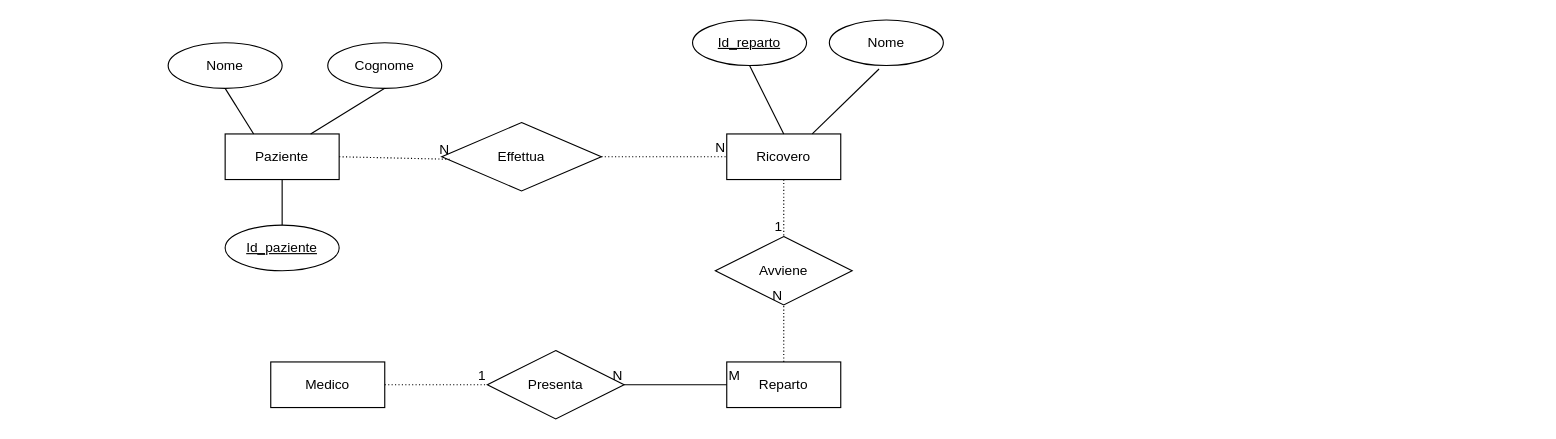
The draw.io diagram Relazioni E-R/Diagramma senza titolo.drawio in James2-2/informatica-2025-2026, before the edit. Source tidied: cells renumbered, new cells numbered last; positions are measured from the earlier drawing's top-left corner, leaving out a move shared by most shapes. Both pictures are drawn from the tidied source at 114%, with x=0, y=0 at pixel (168, 19).
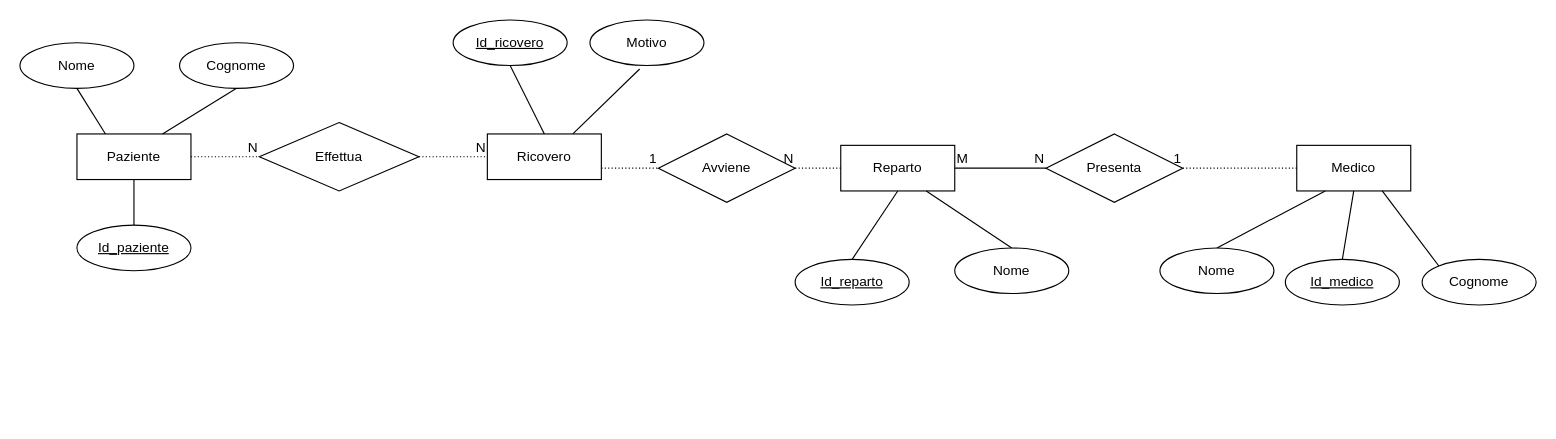
After the change.

Diff of the diagram source:
```diff
@@
     <mxCell id="2" value="Paziente" style="whiteSpace=wrap;html=1;align=center;" parent="1" vertex="1">
-      <mxGeometry x="50" y="100" width="100" height="40" as="geometry" />
+      <mxGeometry x="-80" y="100" width="100" height="40" as="geometry" />
     </mxCell>
     <mxCell id="3" value="Reparto" style="whiteSpace=wrap;html=1;align=center;" parent="1" vertex="1">
-      <mxGeometry x="490" y="300" width="100" height="40" as="geometry" />
+      <mxGeometry x="590" y="110" width="100" height="40" as="geometry" />
     </mxCell>
     <mxCell id="4" value="Ricovero" style="whiteSpace=wrap;html=1;align=center;" parent="1" vertex="1">
-      <mxGeometry x="490" y="100" width="100" height="40" as="geometry" />
+      <mxGeometry x="280" y="100" width="100" height="40" as="geometry" />
     </mxCell>
     <mxCell id="5" value="Medico" style="whiteSpace=wrap;html=1;align=center;" parent="1" vertex="1">
-      <mxGeometry x="90" y="300" width="100" height="40" as="geometry" />
+      <mxGeometry x="990" y="110" width="100" height="40" as="geometry" />
     </mxCell>
     <mxCell id="6" value="Effettua" style="shape=rhombus;perimeter=rhombusPerimeter;whiteSpace=wrap;html=1;align=center;" parent="1" vertex="1">
-      <mxGeometry x="240" y="90" width="140" height="60" as="geometry" />
+      <mxGeometry x="80" y="90" width="140" height="60" as="geometry" />
     </mxCell>
     <mxCell id="7" value="Avviene" style="shape=rhombus;perimeter=rhombusPerimeter;whiteSpace=wrap;html=1;align=center;" parent="1" vertex="1">
-      <mxGeometry x="480" y="190" width="120" height="60" as="geometry" />
+      <mxGeometry x="430" y="100" width="120" height="60" as="geometry" />
     </mxCell>
     <mxCell id="8" value="Presenta" style="shape=rhombus;perimeter=rhombusPerimeter;whiteSpace=wrap;html=1;align=center;" parent="1" vertex="1">
-      <mxGeometry x="280" y="290" width="120" height="60" as="geometry" />
+      <mxGeometry x="770" y="100" width="120" height="60" as="geometry" />
     </mxCell>
-    <mxCell id="9" style="endArrow=none;html=1;rounded=0;dashed=1;dashPattern=1 2;entryX=0.054;entryY=0.537;entryDx=0;entryDy=0;entryPerimeter=0;exitX=1;exitY=0.5;exitDx=0;exitDy=0;" parent="1" edge="1" source="2" target="6">
+    <mxCell id="9" style="endArrow=none;html=1;rounded=0;dashed=1;dashPattern=1 2;entryX=0;entryY=0.5;entryDx=0;entryDy=0;exitX=1;exitY=0.5;exitDx=0;exitDy=0;" parent="1" edge="1" source="2" target="6">
       <mxGeometry relative="1" as="geometry" />
     </mxCell>
@@
-    <mxCell id="13" style="endArrow=none;html=1;rounded=0;dashed=1;dashPattern=1 2;exitX=0.5;exitY=1;exitDx=0;exitDy=0;entryX=0.5;entryY=0;entryDx=0;entryDy=0;" parent="1" edge="1" source="4" target="7">
+    <mxCell id="13" style="endArrow=none;html=1;rounded=0;dashed=1;dashPattern=1 2;exitX=1;exitY=0.75;exitDx=0;exitDy=0;entryX=0;entryY=0.5;entryDx=0;entryDy=0;" parent="1" edge="1" source="4" target="7">
       <mxGeometry relative="1" as="geometry" />
     </mxCell>
@@
-    <mxCell id="15" style="endArrow=none;html=1;rounded=0;dashed=1;dashPattern=1 2;exitX=0.5;exitY=0;exitDx=0;exitDy=0;entryX=0.5;entryY=1;entryDx=0;entryDy=0;" parent="1" edge="1" source="3" target="7">
+    <mxCell id="15" style="endArrow=none;html=1;rounded=0;dashed=1;dashPattern=1 2;exitX=0;exitY=0.5;exitDx=0;exitDy=0;entryX=1;entryY=0.5;entryDx=0;entryDy=0;" parent="1" edge="1" source="3" target="7">
       <mxGeometry relative="1" as="geometry" />
     </mxCell>
@@
-    <mxCell id="17" style="endArrow=none;html=1;rounded=0;exitX=0;exitY=0.5;exitDx=0;exitDy=0;entryX=1;entryY=0.5;entryDx=0;entryDy=0;" parent="1" edge="1" source="3" target="8">
+    <mxCell id="17" style="endArrow=none;html=1;rounded=0;entryX=0;entryY=0.5;entryDx=0;entryDy=0;exitX=1;exitY=0.5;exitDx=0;exitDy=0;" parent="1" edge="1" source="3" target="8">
       <mxGeometry relative="1" as="geometry" />
     </mxCell>
@@
-    <mxCell id="20" style="endArrow=none;html=1;rounded=0;dashed=1;dashPattern=1 2;exitX=1;exitY=0.5;exitDx=0;exitDy=0;entryX=0;entryY=0.5;entryDx=0;entryDy=0;" parent="1" edge="1" source="5" target="8">
+    <mxCell id="20" style="endArrow=none;html=1;rounded=0;dashed=1;dashPattern=1 2;exitX=0;exitY=0.5;exitDx=0;exitDy=0;entryX=1;entryY=0.5;entryDx=0;entryDy=0;" parent="1" edge="1" source="5" target="8">
       <mxGeometry relative="1" as="geometry" />
     </mxCell>
@@
     <mxCell id="22" value="Nome" style="ellipse;whiteSpace=wrap;html=1;align=center;" parent="1" vertex="1">
-      <mxGeometry y="20" width="100" height="40" as="geometry" />
+      <mxGeometry x="-130" y="20" width="100" height="40" as="geometry" />
     </mxCell>
@@
     <mxCell id="24" value="Cognome" style="ellipse;whiteSpace=wrap;html=1;align=center;" parent="1" vertex="1">
-      <mxGeometry x="140" y="20" width="100" height="40" as="geometry" />
+      <mxGeometry x="10" y="20" width="100" height="40" as="geometry" />
     </mxCell>
@@
     <mxCell id="26" value="Id_paziente" style="ellipse;whiteSpace=wrap;html=1;align=center;fontStyle=4;" parent="1" vertex="1">
-      <mxGeometry x="50" y="180" width="100" height="40" as="geometry" />
+      <mxGeometry x="-80" y="180" width="100" height="40" as="geometry" />
     </mxCell>
@@
-    <mxCell id="28" value="Id_reparto" style="ellipse;whiteSpace=wrap;html=1;align=center;fontStyle=4;" parent="1" vertex="1">
-      <mxGeometry x="460" width="100" height="40" as="geometry" />
+    <mxCell id="28" value="Id_ricovero" style="ellipse;whiteSpace=wrap;html=1;align=center;fontStyle=4;" parent="1" vertex="1">
+      <mxGeometry x="250" width="100" height="40" as="geometry" />
     </mxCell>
-    <mxCell id="29" value="Nome" style="ellipse;whiteSpace=wrap;html=1;align=center;" parent="1" vertex="1">
-      <mxGeometry x="580" width="100" height="40" as="geometry" />
+    <mxCell id="29" value="Motivo" style="ellipse;whiteSpace=wrap;html=1;align=center;" parent="1" vertex="1">
+      <mxGeometry x="370" width="100" height="40" as="geometry" />
     </mxCell>
@@
+    <mxCell id="32" value="Id_reparto" style="ellipse;whiteSpace=wrap;html=1;align=center;fontStyle=4;" parent="1" vertex="1">
+      <mxGeometry x="550" y="210" width="100" height="40" as="geometry" />
+    </mxCell>
+    <mxCell id="33" value="Nome" style="ellipse;whiteSpace=wrap;html=1;align=center;" parent="1" vertex="1">
+      <mxGeometry x="690" y="200" width="100" height="40" as="geometry" />
+    </mxCell>
+    <mxCell id="34" style="endArrow=none;html=1;rounded=0;exitX=0.5;exitY=0;exitDx=0;exitDy=0;entryX=0.5;entryY=1;entryDx=0;entryDy=0;" parent="1" edge="1" source="32" target="3">
+      <mxGeometry relative="1" as="geometry" />
+    </mxCell>
+    <mxCell id="35" style="endArrow=none;html=1;rounded=0;entryX=0.5;entryY=0;entryDx=0;entryDy=0;exitX=0.75;exitY=1;exitDx=0;exitDy=0;" parent="1" edge="1" source="3" target="33">
+      <mxGeometry relative="1" as="geometry" />
+    </mxCell>
+    <mxCell id="36" value="Id_medico" style="ellipse;whiteSpace=wrap;html=1;align=center;fontStyle=4;" parent="1" vertex="1">
+      <mxGeometry x="980" y="210" width="100" height="40" as="geometry" />
+    </mxCell>
+    <mxCell id="37" value="Nome" style="ellipse;whiteSpace=wrap;html=1;align=center;" parent="1" vertex="1">
+      <mxGeometry x="870" y="200" width="100" height="40" as="geometry" />
+    </mxCell>
+    <mxCell id="38" value="Cognome" style="ellipse;whiteSpace=wrap;html=1;align=center;" parent="1" vertex="1">
+      <mxGeometry x="1100" y="210" width="100" height="40" as="geometry" />
+    </mxCell>
+    <mxCell id="39" style="endArrow=none;html=1;rounded=0;exitX=0.5;exitY=0;exitDx=0;exitDy=0;entryX=0.5;entryY=1;entryDx=0;entryDy=0;" parent="1" edge="1" source="36" target="5">
+      <mxGeometry relative="1" as="geometry" />
+    </mxCell>
+    <mxCell id="40" style="endArrow=none;html=1;rounded=0;exitX=0.5;exitY=0;exitDx=0;exitDy=0;entryX=0.25;entryY=1;entryDx=0;entryDy=0;" parent="1" edge="1" source="37" target="5">
+      <mxGeometry relative="1" as="geometry" />
+    </mxCell>
+    <mxCell id="41" style="endArrow=none;html=1;rounded=0;exitX=0;exitY=0;exitDx=0;exitDy=0;entryX=0.75;entryY=1;entryDx=0;entryDy=0;" parent="1" edge="1" source="38" target="5">
+      <mxGeometry relative="1" as="geometry" />
+    </mxCell>
```
